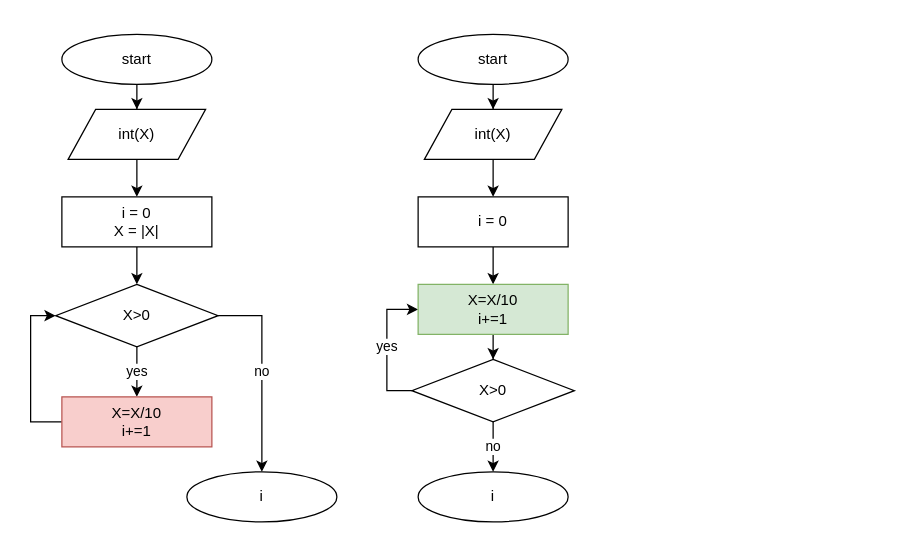
The draw.io diagram page "Page-2" (2 of 2) of week2/ax2+bx+c.drawio in nialterexova/self-education, before the edit. Source tidied: cells renumbered, new cells numbered last; positions are measured from the earlier drawing's top-left corner, leaving out a move shared by most shapes. Both pictures are drawn from the tidied source at 125%, with x=0, y=0 at pixel (55, 34).
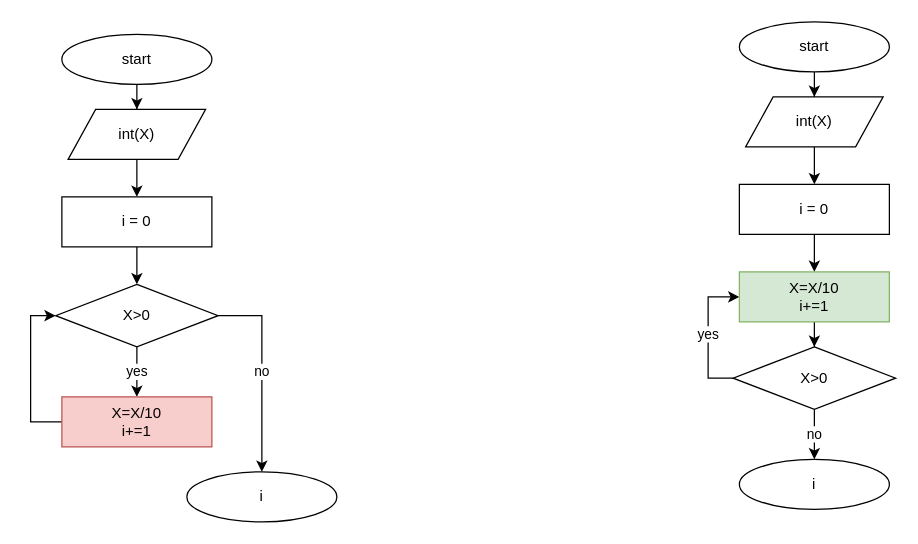
The same diagram, later.

Diff of the diagram source:
```diff
@@
-    <mxCell id="8" value="i = 0&lt;br&gt;X = |X|" style="rounded=0;whiteSpace=wrap;html=1;" parent="1" vertex="1">
+    <mxCell id="8" value="i = 0&lt;br&gt;" style="rounded=0;whiteSpace=wrap;html=1;" parent="1" vertex="1">
       <mxGeometry x="5" y="130" width="120" height="40" as="geometry" />
     </mxCell>
@@
     <mxCell id="15" value="start" style="ellipse;whiteSpace=wrap;html=1;" parent="1" vertex="1">
-      <mxGeometry x="290" width="120" height="40" as="geometry" />
+      <mxGeometry x="547" y="-10" width="120" height="40" as="geometry" />
     </mxCell>
     <mxCell id="16" value="i" style="ellipse;whiteSpace=wrap;html=1;" parent="1" vertex="1">
-      <mxGeometry x="290" y="350" width="120" height="40" as="geometry" />
+      <mxGeometry x="547" y="340" width="120" height="40" as="geometry" />
     </mxCell>
@@
     <mxCell id="18" value="int(X)" style="shape=parallelogram;perimeter=parallelogramPerimeter;whiteSpace=wrap;html=1;" parent="1" vertex="1">
-      <mxGeometry x="295" y="60" width="110" height="40" as="geometry" />
+      <mxGeometry x="552" y="50" width="110" height="40" as="geometry" />
     </mxCell>
@@
     <mxCell id="20" value="i = 0" style="rounded=0;whiteSpace=wrap;html=1;" parent="1" vertex="1">
-      <mxGeometry x="290" y="130" width="120" height="40" as="geometry" />
+      <mxGeometry x="547" y="120" width="120" height="40" as="geometry" />
     </mxCell>
@@
     <mxCell id="23" value="X&amp;gt;0" style="rhombus;whiteSpace=wrap;html=1;" parent="1" vertex="1">
-      <mxGeometry x="285" y="260" width="130" height="50" as="geometry" />
+      <mxGeometry x="542" y="250" width="130" height="50" as="geometry" />
     </mxCell>
@@
     <mxCell id="25" value="X=X/10&lt;br&gt;i+=1" style="rounded=0;whiteSpace=wrap;html=1;fillColor=#d5e8d4;strokeColor=#82b366;" parent="1" vertex="1">
-      <mxGeometry x="290" y="200" width="120" height="40" as="geometry" />
+      <mxGeometry x="547" y="190" width="120" height="40" as="geometry" />
     </mxCell>
```
